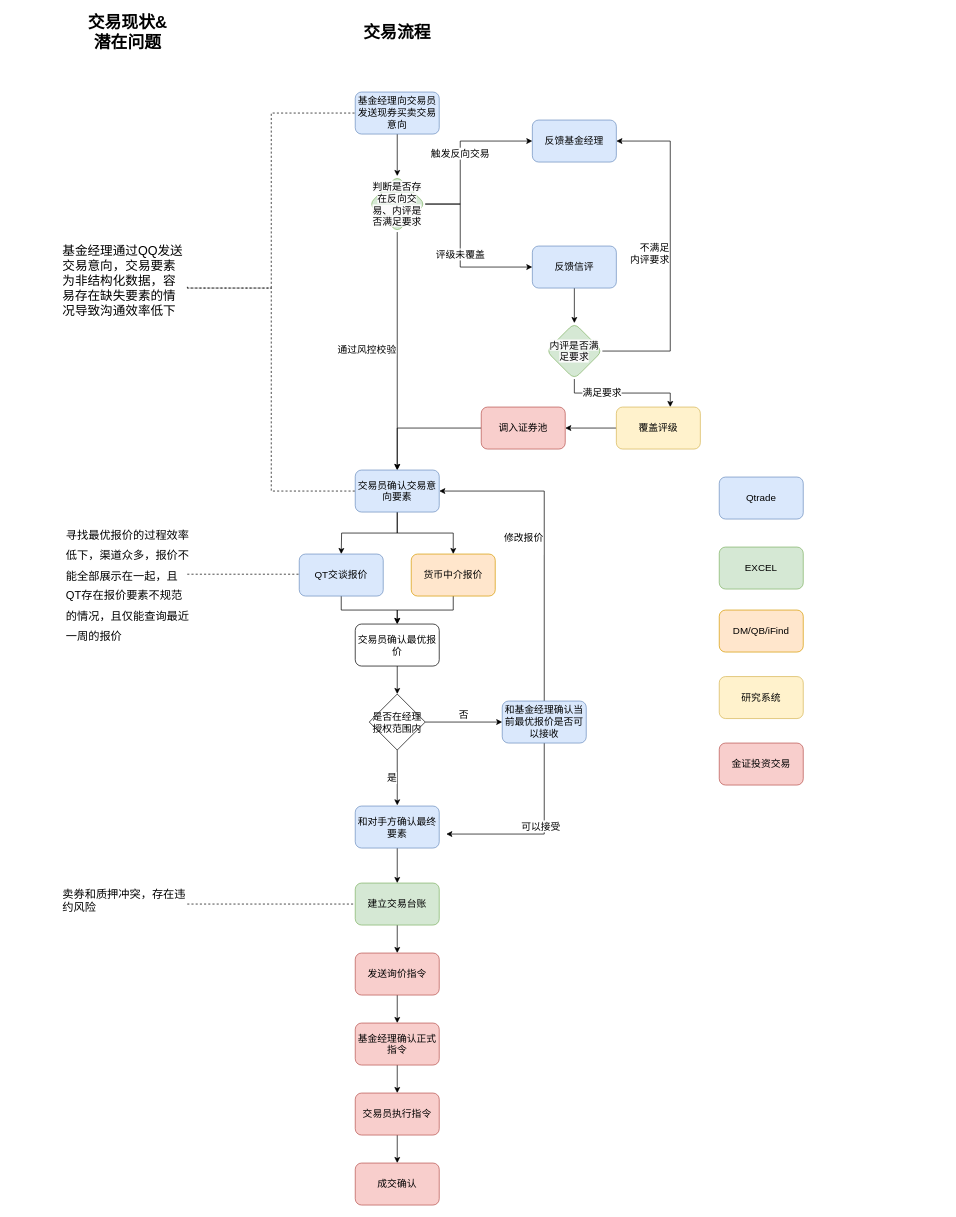
Before: 现券交易流程图（新）.drawio in steven-turing/draw, a draw.io diagram. Source tidied: cells renumbered, new cells numbered last; positions are measured from the earlier drawing's top-left corner, leaving out a move shared by most shapes. Both pictures are drawn from the tidied source at 70%, with x=0, y=0 at pixel (61, 22).
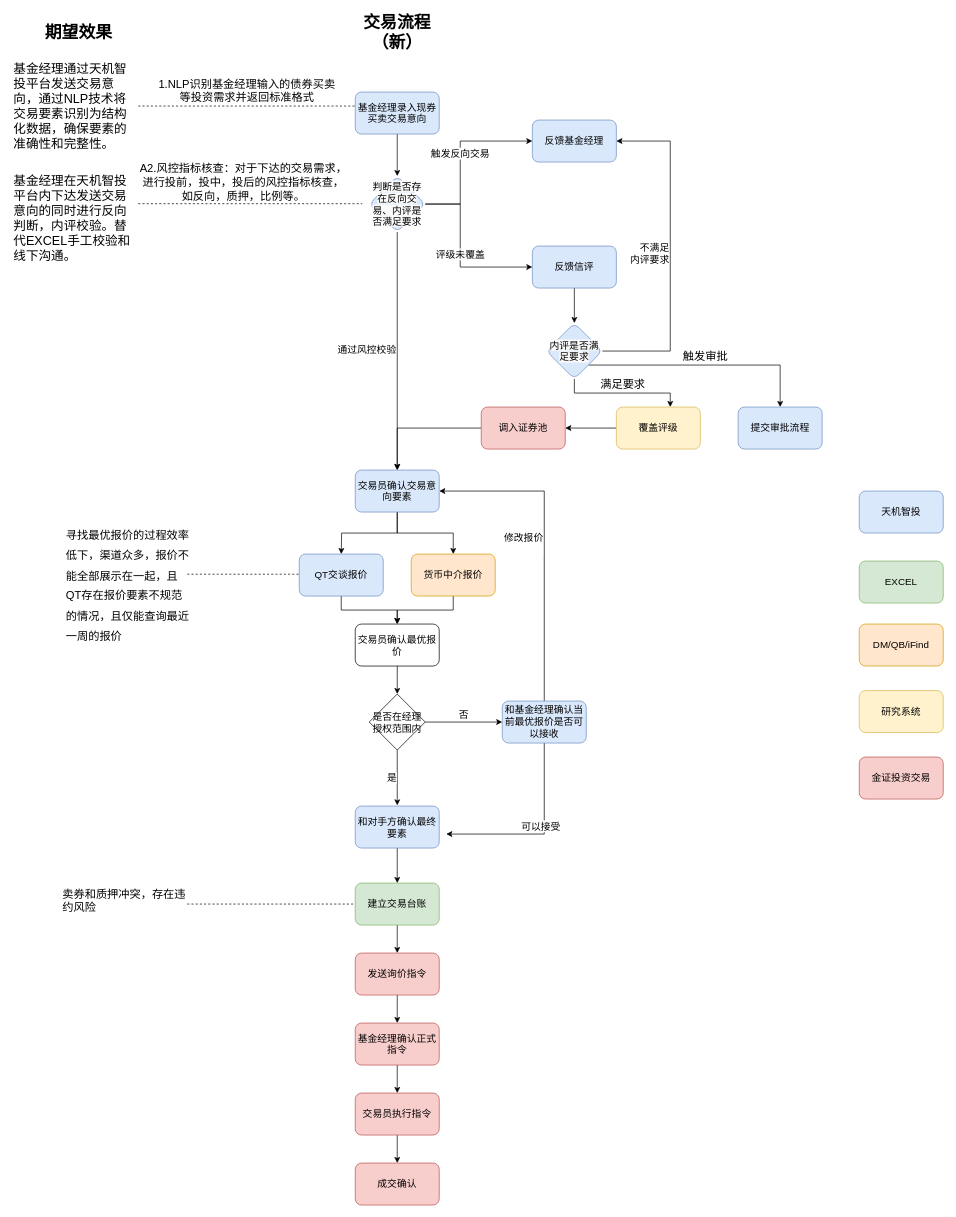
Above is the later version.

Commit message:
更新现券交易流程图（新）.drawio

The change refers to these unchanged cells:
```xml
<mxCell id="7" value="交易员确认交易意向要素" style="rounded=1;whiteSpace=wrap;html=1;fillColor=#dae8fc;strokeColor=#6c8ebf;fontSize=14;" parent="1" vertex="1">
  <mxGeometry x="420" y="640" width="120" height="60" as="geometry" />
</mxCell>
<mxCell id="51" value="覆盖评级" style="whiteSpace=wrap;html=1;fontSize=14;fillColor=#fff2cc;strokeColor=#d6b656;rounded=1;" parent="1" vertex="1">
  <mxGeometry x="793" y="550" width="120" height="60" as="geometry" />
</mxCell>
```

The edit, as a diff of the source:
```diff
@@
-    <mxCell id="4" value="基金经理向交易员发送现券买卖交易意向" style="rounded=1;whiteSpace=wrap;html=1;fontSize=14;glass=0;strokeWidth=1;shadow=0;fillColor=#dae8fc;strokeColor=#6c8ebf;" parent="1" vertex="1">
+    <mxCell id="4" value="基金经理录入现券买卖交易意向" style="rounded=1;whiteSpace=wrap;html=1;fontSize=14;glass=0;strokeWidth=1;shadow=0;fillColor=#dae8fc;strokeColor=#6c8ebf;" parent="1" vertex="1">
       <mxGeometry x="420" y="100" width="120" height="60" as="geometry" />
     </mxCell>
@@
     <mxCell id="30" value="EXCEL" style="rounded=1;whiteSpace=wrap;html=1;fillColor=#d5e8d4;strokeColor=#82b366;fontSize=14;" parent="1" vertex="1">
-      <mxGeometry x="940" y="750" width="120" height="60" as="geometry" />
+      <mxGeometry x="1140" y="770" width="120" height="60" as="geometry" />
     </mxCell>
     <mxCell id="31" value="金证投资交易" style="rounded=1;whiteSpace=wrap;html=1;fillColor=#f8cecc;strokeColor=#b85450;fontSize=14;" parent="1" vertex="1">
-      <mxGeometry x="940" y="1030" width="120" height="60" as="geometry" />
+      <mxGeometry x="1140" y="1050" width="120" height="60" as="geometry" />
     </mxCell>
-    <mxCell id="32" value="Qtrade" style="rounded=1;whiteSpace=wrap;html=1;fillColor=#dae8fc;strokeColor=#6c8ebf;fontSize=14;" parent="1" vertex="1">
-      <mxGeometry x="940" y="650" width="120" height="60" as="geometry" />
+    <mxCell id="32" value="天机智投" style="rounded=1;whiteSpace=wrap;html=1;fillColor=#dae8fc;strokeColor=#6c8ebf;fontSize=14;" parent="1" vertex="1">
+      <mxGeometry x="1140" y="670" width="120" height="60" as="geometry" />
     </mxCell>
     <mxCell id="33" value="DM/QB/iFind" style="rounded=1;whiteSpace=wrap;html=1;fillColor=#ffe6cc;strokeColor=#d79b00;fontSize=14;" parent="1" vertex="1">
-      <mxGeometry x="940" y="840" width="120" height="60" as="geometry" />
+      <mxGeometry x="1140" y="860" width="120" height="60" as="geometry" />
     </mxCell>
@@
-    <mxCell id="36" value="&lt;br&gt;&lt;span style=&quot;color: rgb(0, 0, 0); font-family: Helvetica; font-style: normal; font-variant-ligatures: normal; font-variant-caps: normal; font-weight: 400; letter-spacing: normal; orphans: 2; text-align: center; text-indent: 0px; text-transform: none; widows: 2; word-spacing: 0px; -webkit-text-stroke-width: 0px; white-space: normal; background-color: rgb(251, 251, 251); text-decoration-thickness: initial; text-decoration-style: initial; text-decoration-color: initial; float: none; display: inline !important;&quot;&gt;判断是否存在反向交易、内评是否&lt;/span&gt;&lt;span style=&quot;background-color: light-dark(rgb(251, 251, 251), rgb(21, 21, 21)); color: light-dark(rgb(0, 0, 0), rgb(237, 237, 237));&quot;&gt;满足要求&lt;/span&gt;&lt;div&gt;&lt;br&gt;&lt;/div&gt;" style="rhombus;whiteSpace=wrap;html=1;fillColor=#d5e8d4;strokeColor=#82b366;rounded=1;textShadow=0;fontSize=14;" parent="1" vertex="1">
+    <mxCell id="36" value="&lt;br&gt;&lt;span style=&quot;color: rgb(0, 0, 0); font-family: Helvetica; font-style: normal; font-variant-ligatures: normal; font-variant-caps: normal; font-weight: 400; letter-spacing: normal; orphans: 2; text-align: center; text-indent: 0px; text-transform: none; widows: 2; word-spacing: 0px; -webkit-text-stroke-width: 0px; white-space: normal; background-color: rgb(251, 251, 251); text-decoration-thickness: initial; text-decoration-style: initial; text-decoration-color: initial; float: none; display: inline !important;&quot;&gt;判断是否存在反向交易、内评是否&lt;/span&gt;&lt;span style=&quot;background-color: light-dark(rgb(251, 251, 251), rgb(21, 21, 21)); color: light-dark(rgb(0, 0, 0), rgb(237, 237, 237));&quot;&gt;满足要求&lt;/span&gt;&lt;div&gt;&lt;br&gt;&lt;/div&gt;" style="rhombus;whiteSpace=wrap;html=1;fillColor=#dae8fc;strokeColor=#6c8ebf;rounded=1;textShadow=0;fontSize=14;" parent="1" vertex="1">
       <mxGeometry x="440" y="220" width="80" height="80" as="geometry" />
     </mxCell>
@@
-    <mxCell id="38" style="edgeStyle=orthogonalEdgeStyle;rounded=0;jettySize=auto;html=1;exitX=1;exitY=0.5;exitDx=0;exitDy=0;dashed=1;endArrow=none;startFill=0;entryX=0;entryY=0.5;entryDx=0;entryDy=0;" parent="1" edge="1" target="4">
+    <mxCell id="38" value="1.NLP识别基金经理输入的债券买卖&lt;div&gt;等投资需求并返回标准格式&lt;/div&gt;" style="edgeStyle=orthogonalEdgeStyle;rounded=0;jettySize=auto;html=1;dashed=1;endArrow=none;startFill=0;exitX=1;exitY=0.5;exitDx=0;exitDy=0;fontSize=16;verticalAlign=bottom;" parent="1" edge="1" source="43">
       <mxGeometry relative="1" as="geometry">
-        <mxPoint x="180" y="380" as="sourcePoint" />
-        <Array as="points">
-          <mxPoint x="300" y="380" />
-          <mxPoint x="300" y="130" />
-        </Array>
+        <mxPoint x="420" y="120" as="targetPoint" />
       </mxGeometry>
     </mxCell>
-    <mxCell id="39" style="edgeStyle=orthogonalEdgeStyle;rounded=0;jettySize=auto;html=1;endArrow=none;startFill=0;dashed=1;exitX=1.001;exitY=0.568;exitDx=0;exitDy=0;exitPerimeter=0;" parent="1" edge="1" source="43" target="7">
-      <mxGeometry relative="1" as="geometry">
-        <Array as="points">
-          <mxPoint x="180" y="380" />
-          <mxPoint x="300" y="380" />
-          <mxPoint x="300" y="670" />
-        </Array>
-      </mxGeometry>
-    </mxCell>
-    <mxCell id="40" value="交易现状&amp;amp;潜在问题" style="text;html=1;align=center;verticalAlign=middle;whiteSpace=wrap;rounded=0;fontSize=24;fontStyle=1;" parent="1" vertex="1">
-      <mxGeometry x="30" width="130" height="30" as="geometry" />
+    <mxCell id="40" value="期望效果" style="text;html=1;align=center;verticalAlign=middle;whiteSpace=wrap;rounded=0;fontSize=24;fontStyle=1;" parent="1" vertex="1">
+      <mxGeometry x="-40" width="130" height="30" as="geometry" />
     </mxCell>
-    <mxCell id="41" value="交易流程" style="text;html=1;align=center;verticalAlign=middle;whiteSpace=wrap;rounded=0;fontSize=24;fontStyle=1;" parent="1" vertex="1">
+    <mxCell id="41" value="交易流程（新&lt;span style=&quot;background-color: transparent; color: light-dark(rgb(0, 0, 0), rgb(255, 255, 255));&quot;&gt;）&lt;/span&gt;" style="text;html=1;align=center;verticalAlign=middle;whiteSpace=wrap;rounded=0;fontSize=24;fontStyle=1;" parent="1" vertex="1">
       <mxGeometry x="430" width="100" height="30" as="geometry" />
     </mxCell>
@@
-    <mxCell id="43" value="&lt;h1 style=&quot;margin-top: 0px;&quot;&gt;&lt;span style=&quot;background-color: transparent; color: light-dark(rgb(0, 0, 0), rgb(255, 255, 255)); font-weight: normal;&quot;&gt;&lt;font&gt;基金经理通过QQ发送交易意向，交易要素为非结构化数据，容易存在缺失要素的情况导致沟通效率低下&lt;/font&gt;&lt;/span&gt;&lt;/h1&gt;" style="text;html=1;whiteSpace=wrap;overflow=hidden;rounded=0;fontSize=9;" parent="1" vertex="1">
-      <mxGeometry y="310" width="180" height="120" as="geometry" />
+    <mxCell id="43" value="&lt;h1 style=&quot;margin-top: 0px;&quot;&gt;&lt;span style=&quot;background-color: transparent; color: light-dark(rgb(0, 0, 0), rgb(255, 255, 255)); font-weight: normal;&quot;&gt;&lt;font&gt;基金经理通过天机智投平台发送交易意向，通过NLP技术将交易要素识别为结构化数据，确保要素的准确性和完整性。&lt;/font&gt;&lt;/span&gt;&lt;/h1&gt;" style="text;html=1;whiteSpace=wrap;overflow=hidden;rounded=0;fontSize=9;" parent="1" vertex="1">
+      <mxGeometry x="-70" y="50" width="180" height="140" as="geometry" />
     </mxCell>
@@
-    <mxCell id="47" value="满足要求" style="edgeStyle=orthogonalEdgeStyle;rounded=0;jettySize=auto;html=1;align=right;fontSize=14;" parent="1" edge="1" source="49" target="51">
+    <mxCell id="47" value="满足要求" style="edgeStyle=orthogonalEdgeStyle;rounded=0;jettySize=auto;html=1;align=center;fontSize=16;verticalAlign=bottom;" parent="1" edge="1" source="49" target="51">
       <mxGeometry relative="1" as="geometry">
         <Array as="points">
           <mxPoint x="733" y="530" />
           <mxPoint x="870" y="530" />
         </Array>
       </mxGeometry>
     </mxCell>
@@
+    <mxCell id="59" value="&lt;font style=&quot;font-size: 16px;&quot;&gt;触发审批&lt;/font&gt;" style="edgeStyle=orthogonalEdgeStyle;rounded=0;jettySize=auto;html=1;exitX=1;exitY=1;exitDx=0;exitDy=0;verticalAlign=bottom;" parent="1" edge="1" source="49" target="63">
+      <mxGeometry relative="1" as="geometry" />
+    </mxCell>
-    <mxCell id="49" value="&lt;br&gt;&lt;span style=&quot;color: rgb(0, 0, 0); font-family: Helvetica; font-style: normal; font-variant-ligatures: normal; font-variant-caps: normal; font-weight: 400; letter-spacing: normal; orphans: 2; text-align: center; text-indent: 0px; text-transform: none; widows: 2; word-spacing: 0px; -webkit-text-stroke-width: 0px; white-space: normal; background-color: rgb(251, 251, 251); text-decoration-thickness: initial; text-decoration-style: initial; text-decoration-color: initial; float: none; display: inline !important;&quot;&gt;内评是否&lt;/span&gt;&lt;span style=&quot;background-color: light-dark(rgb(251, 251, 251), rgb(21, 21, 21)); color: light-dark(rgb(0, 0, 0), rgb(237, 237, 237));&quot;&gt;满足要求&lt;/span&gt;&lt;div&gt;&lt;br&gt;&lt;/div&gt;" style="rhombus;whiteSpace=wrap;html=1;fillColor=#d5e8d4;strokeColor=#82b366;rounded=1;textShadow=0;fontSize=14;" parent="1" vertex="1">
+    <mxCell id="49" value="&lt;br&gt;&lt;span style=&quot;color: rgb(0, 0, 0); font-family: Helvetica; font-style: normal; font-variant-ligatures: normal; font-variant-caps: normal; font-weight: 400; letter-spacing: normal; orphans: 2; text-align: center; text-indent: 0px; text-transform: none; widows: 2; word-spacing: 0px; -webkit-text-stroke-width: 0px; white-space: normal; background-color: rgb(251, 251, 251); text-decoration-thickness: initial; text-decoration-style: initial; text-decoration-color: initial; float: none; display: inline !important;&quot;&gt;内评是否&lt;/span&gt;&lt;span style=&quot;background-color: light-dark(rgb(251, 251, 251), rgb(21, 21, 21)); color: light-dark(rgb(0, 0, 0), rgb(237, 237, 237));&quot;&gt;满足要求&lt;/span&gt;&lt;div&gt;&lt;br&gt;&lt;/div&gt;" style="rhombus;whiteSpace=wrap;html=1;fillColor=#dae8fc;strokeColor=#6c8ebf;rounded=1;textShadow=0;fontSize=14;" parent="1" vertex="1">
       <mxGeometry x="693" y="430" width="80" height="80" as="geometry" />
     </mxCell>
@@
     <mxCell id="56" value="研究系统" style="whiteSpace=wrap;html=1;fontSize=14;fillColor=#fff2cc;strokeColor=#d6b656;rounded=1;" parent="1" vertex="1">
-      <mxGeometry x="940" y="935" width="120" height="60" as="geometry" />
+      <mxGeometry x="1140" y="955" width="120" height="60" as="geometry" />
     </mxCell>
@@
+    <mxCell id="60" style="edgeStyle=orthogonalEdgeStyle;rounded=0;jettySize=auto;html=1;dashed=1;endArrow=none;startFill=0;" parent="1" edge="1" source="62">
+      <mxGeometry relative="1" as="geometry">
+        <mxPoint x="430" y="259.5" as="targetPoint" />
+        <Array as="points">
+          <mxPoint x="270" y="260" />
+        </Array>
+      </mxGeometry>
+    </mxCell>
+    <mxCell id="61" value="A2.风控指标核查：对于下达的交易需求，&lt;div&gt;进行投前，投中，&lt;span style=&quot;background-color: light-dark(#ffffff, var(--ge-dark-color, #121212)); color: light-dark(rgb(0, 0, 0), rgb(255, 255, 255));&quot;&gt;投后的风控指标核查，&lt;/span&gt;&lt;/div&gt;&lt;div&gt;&lt;span style=&quot;background-color: light-dark(#ffffff, var(--ge-dark-color, #121212)); color: light-dark(rgb(0, 0, 0), rgb(255, 255, 255));&quot;&gt;如反向，质押，比例等。&lt;/span&gt;&lt;/div&gt;" style="edgeLabel;html=1;align=center;verticalAlign=bottom;fontSize=16;" parent="60" vertex="1">
+      <mxGeometry x="-0.07" y="1" relative="1" as="geometry" />
+    </mxCell>
+    <mxCell id="62" value="&lt;h1 style=&quot;margin-top: 0px;&quot;&gt;&lt;span style=&quot;background-color: transparent; color: light-dark(rgb(0, 0, 0), rgb(255, 255, 255)); font-weight: normal;&quot;&gt;&lt;font&gt;基金经理在天机智投平台内下达发送交易意向的同时进行反向判断，内评校验。替代EXCEL手工校验和线下沟通。&lt;/font&gt;&lt;/span&gt;&lt;/h1&gt;" style="text;html=1;whiteSpace=wrap;overflow=hidden;rounded=0;fontSize=9;" parent="1" vertex="1">
+      <mxGeometry x="-70" y="210" width="180" height="140" as="geometry" />
+    </mxCell>
+    <mxCell id="63" value="提交审批流程" style="whiteSpace=wrap;html=1;fontSize=14;fillColor=#dae8fc;strokeColor=#6c8ebf;rounded=1;" parent="1" vertex="1">
+      <mxGeometry x="967" y="550" width="120" height="60" as="geometry" />
+    </mxCell>
```
